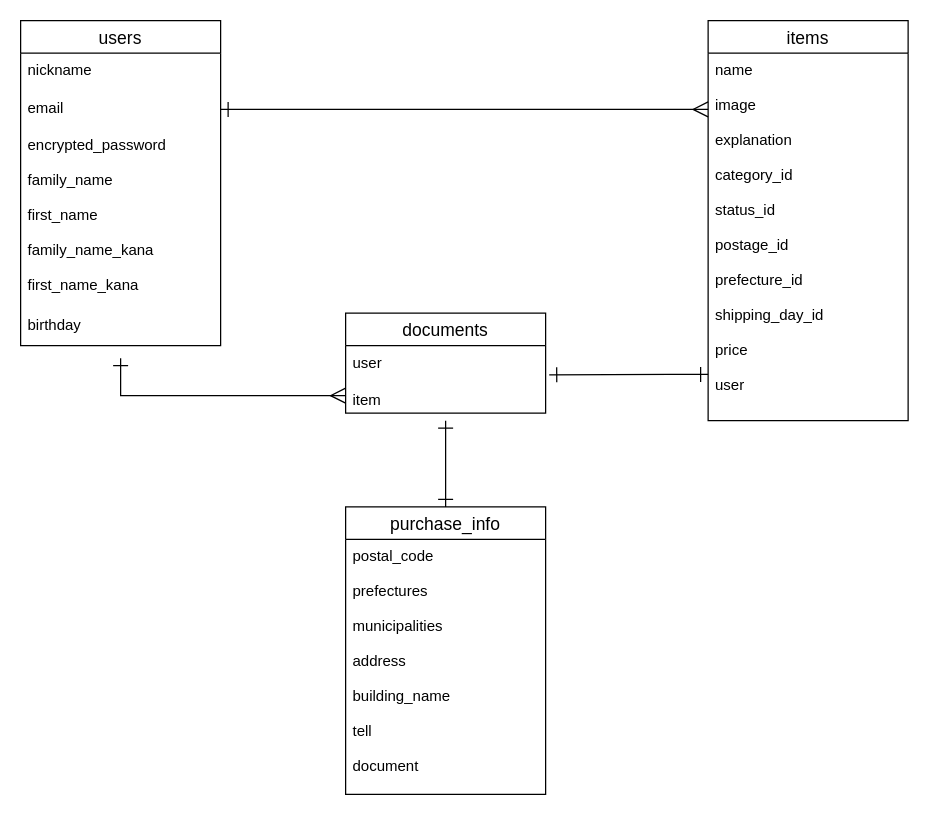
Earlier version of the draw.io diagram test.dio (t-kawamukai/furima-36048). Source tidied: cells renumbered, new cells numbered last; positions are measured from the earlier drawing's top-left corner, leaving out a move shared by most shapes. Both pictures are drawn from the tidied source at 125%, with x=0, y=0 at pixel (20, 20).
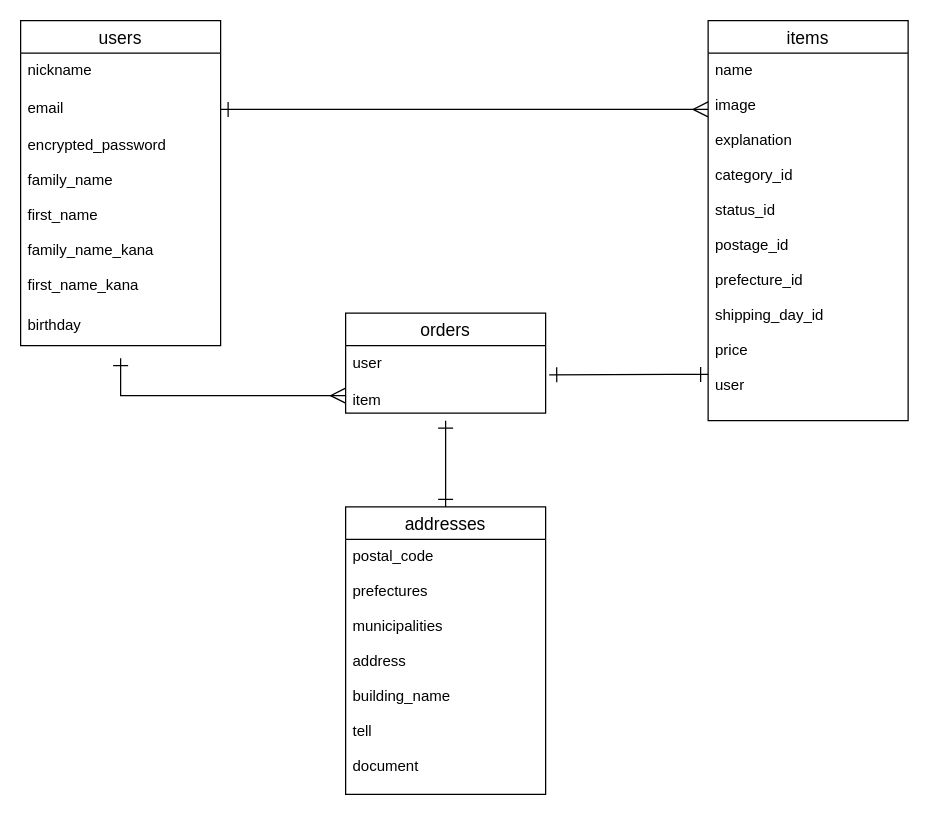
After the change.

The edit, as a diff of the source:
```diff
@@
-    <mxCell id="10" value="documents" style="swimlane;fontStyle=0;horizontal=1;startSize=26;align=center;fontSize=14;" parent="1" vertex="1">
+    <mxCell id="10" value="orders" style="swimlane;fontStyle=0;horizontal=1;startSize=26;align=center;fontSize=14;" parent="1" vertex="1">
       <mxGeometry x="260" y="234" width="160" height="80" as="geometry" />
     </mxCell>
@@
-    <mxCell id="14" value="purchase_info" style="swimlane;fontStyle=0;horizontal=1;startSize=26;align=center;fontSize=14;" parent="1" vertex="1">
+    <mxCell id="14" value="addresses" style="swimlane;fontStyle=0;horizontal=1;startSize=26;align=center;fontSize=14;" parent="1" vertex="1">
       <mxGeometry x="260" y="389" width="160" height="230" as="geometry" />
     </mxCell>
```
